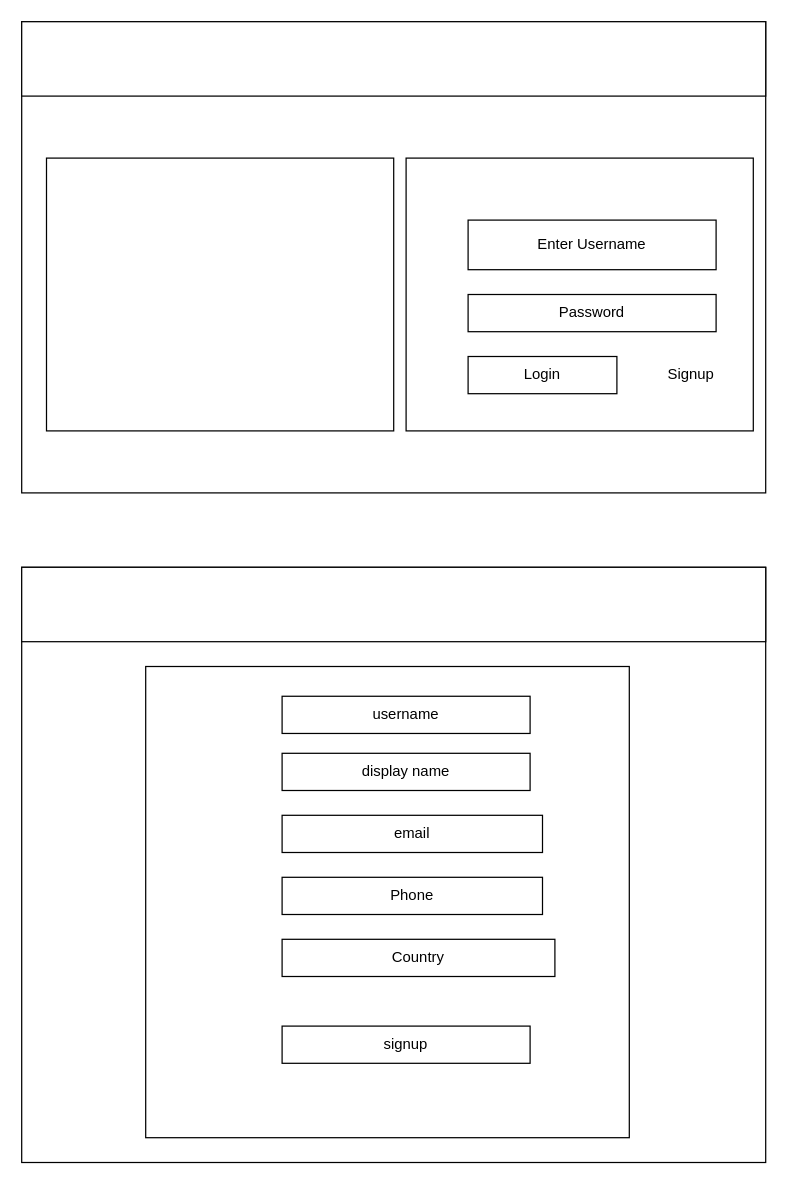
This is page "HomePage" (2 of 5) of myworld.drawio from supran2811/myworld, a draw.io file, before an edit. Source tidied: cells renumbered, new cells numbered last; positions are measured from the earlier drawing's top-left corner, leaving out a move shared by most shapes. Both pictures are drawn from the tidied source at 124%, with x=0, y=0 at pixel (21, 21).
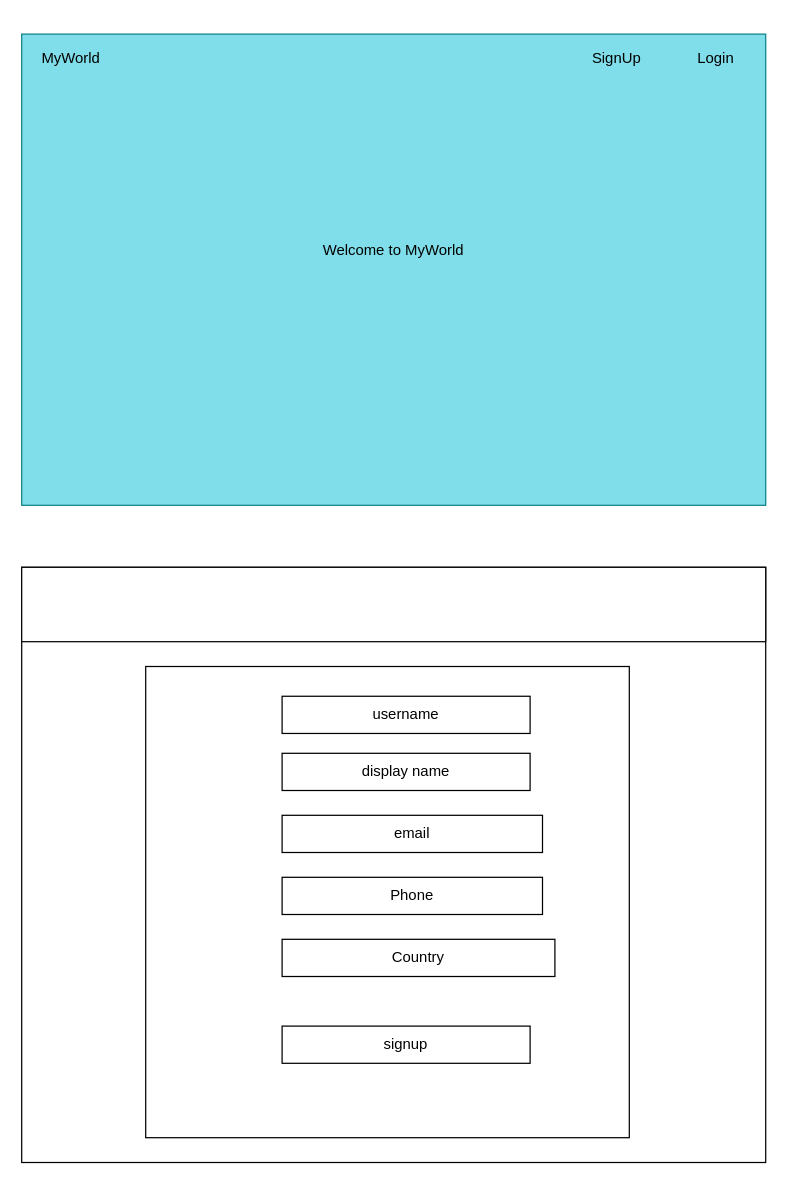
After the change.

Commit message (it also covers changes not shown here):
updated myworld draw

Change to the diagram source:
```diff
@@
 <mxGraphModel>
   <root>
     <mxCell id="0" />
     <mxCell id="1" parent="0" />
-    <mxCell id="2" style="rounded=0;whiteSpace=wrap;html=1;" parent="1" vertex="1">
-      <mxGeometry width="600" height="380" as="geometry" />
+    <mxCell id="2" style="rounded=0;whiteSpace=wrap;html=1;fillColor=#80deea;strokeColor=#0e8088;" parent="1" vertex="1">
+      <mxGeometry y="10" width="600" height="380" as="geometry" />
     </mxCell>
-    <mxCell id="3" style="rounded=0;whiteSpace=wrap;html=1;" parent="1" vertex="1">
-      <mxGeometry width="600" height="60" as="geometry" />
-    </mxCell>
-    <mxCell id="4" style="rounded=0;whiteSpace=wrap;html=1;" parent="1" vertex="1">
-      <mxGeometry x="20" y="110" width="280" height="220" as="geometry" />
-    </mxCell>
-    <mxCell id="5" style="rounded=0;whiteSpace=wrap;html=1;" parent="1" vertex="1">
-      <mxGeometry x="310" y="110" width="280" height="220" as="geometry" />
-    </mxCell>
-    <mxCell id="6" value="Enter Username" style="rounded=0;whiteSpace=wrap;html=1;" parent="1" vertex="1">
-      <mxGeometry x="360" y="160" width="200" height="40" as="geometry" />
-    </mxCell>
-    <mxCell id="7" value="Password" style="rounded=0;whiteSpace=wrap;html=1;" parent="1" vertex="1">
-      <mxGeometry x="360" y="220" width="200" height="30" as="geometry" />
-    </mxCell>
-    <mxCell id="8" value="Login" style="rounded=0;whiteSpace=wrap;html=1;" parent="1" vertex="1">
-      <mxGeometry x="360" y="270" width="120" height="30" as="geometry" />
-    </mxCell>
-    <mxCell id="9" value="Signup" style="text;html=1;strokeColor=none;fillColor=none;align=center;verticalAlign=middle;whiteSpace=wrap;rounded=0;" parent="1" vertex="1">
-      <mxGeometry x="520" y="275" width="40" height="20" as="geometry" />
-    </mxCell>
     <mxCell id="10" style="rounded=0;whiteSpace=wrap;html=1;" parent="1" vertex="1">
       <mxGeometry y="440" width="600" height="480" as="geometry" />
     </mxCell>
     <mxCell id="11" style="rounded=0;whiteSpace=wrap;html=1;" parent="1" vertex="1">
       <mxGeometry y="440" width="600" height="60" as="geometry" />
     </mxCell>
     <mxCell id="12" style="rounded=0;whiteSpace=wrap;html=1;" parent="1" vertex="1">
       <mxGeometry x="100" y="520" width="390" height="380" as="geometry" />
     </mxCell>
     <mxCell id="13" value="username" style="rounded=0;whiteSpace=wrap;html=1;" parent="1" vertex="1">
       <mxGeometry x="210" y="544" width="200" height="30" as="geometry" />
     </mxCell>
     <mxCell id="14" value="display name" style="rounded=0;whiteSpace=wrap;html=1;" parent="1" vertex="1">
       <mxGeometry x="210" y="590" width="200" height="30" as="geometry" />
     </mxCell>
     <mxCell id="15" value="email" style="rounded=0;whiteSpace=wrap;html=1;" parent="1" vertex="1">
       <mxGeometry x="210" y="640" width="210" height="30" as="geometry" />
     </mxCell>
     <mxCell id="16" value="Phone" style="rounded=0;whiteSpace=wrap;html=1;" parent="1" vertex="1">
       <mxGeometry x="210" y="690" width="210" height="30" as="geometry" />
     </mxCell>
     <mxCell id="17" value="Country" style="rounded=0;whiteSpace=wrap;html=1;" parent="1" vertex="1">
       <mxGeometry x="210" y="740" width="220" height="30" as="geometry" />
     </mxCell>
     <mxCell id="18" value="signup" style="rounded=0;whiteSpace=wrap;html=1;" parent="1" vertex="1">
       <mxGeometry x="210" y="810" width="200" height="30" as="geometry" />
     </mxCell>
+    <mxCell id="19" value="SignUp" style="text;html=1;strokeColor=none;fillColor=none;align=center;verticalAlign=middle;whiteSpace=wrap;rounded=0;" parent="1" vertex="1">
+      <mxGeometry x="460" y="20" width="40" height="20" as="geometry" />
+    </mxCell>
+    <mxCell id="8" value="Login" style="text;html=1;strokeColor=none;fillColor=none;align=center;verticalAlign=middle;whiteSpace=wrap;rounded=0;" parent="1" vertex="1">
+      <mxGeometry x="540" y="20" width="40" height="20" as="geometry" />
+    </mxCell>
+    <mxCell id="20" value="MyWorld" style="text;html=1;strokeColor=none;fillColor=none;align=center;verticalAlign=middle;whiteSpace=wrap;rounded=0;" parent="1" vertex="1">
+      <mxGeometry x="20" y="20" width="40" height="20" as="geometry" />
+    </mxCell>
+    <mxCell id="21" value="Welcome to MyWorld" style="text;html=1;strokeColor=none;fillColor=none;align=center;verticalAlign=middle;whiteSpace=wrap;rounded=0;" parent="1" vertex="1">
+      <mxGeometry x="195" y="170" width="210" height="30" as="geometry" />
+    </mxCell>
   </root>
 </mxGraphModel>
```
